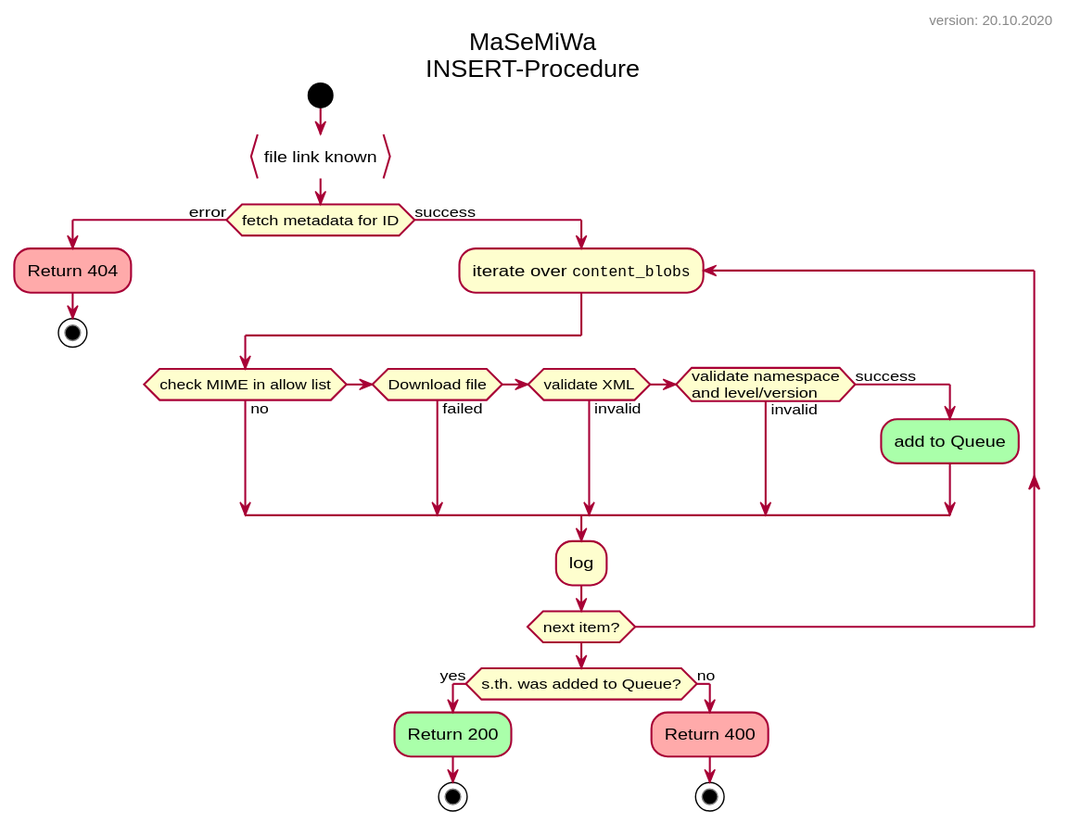
MaSyMoS/masymos-seek-middleware keeps this PlantUML diagram as dev/uml/activity_insert.svg. Above is the earlier version.
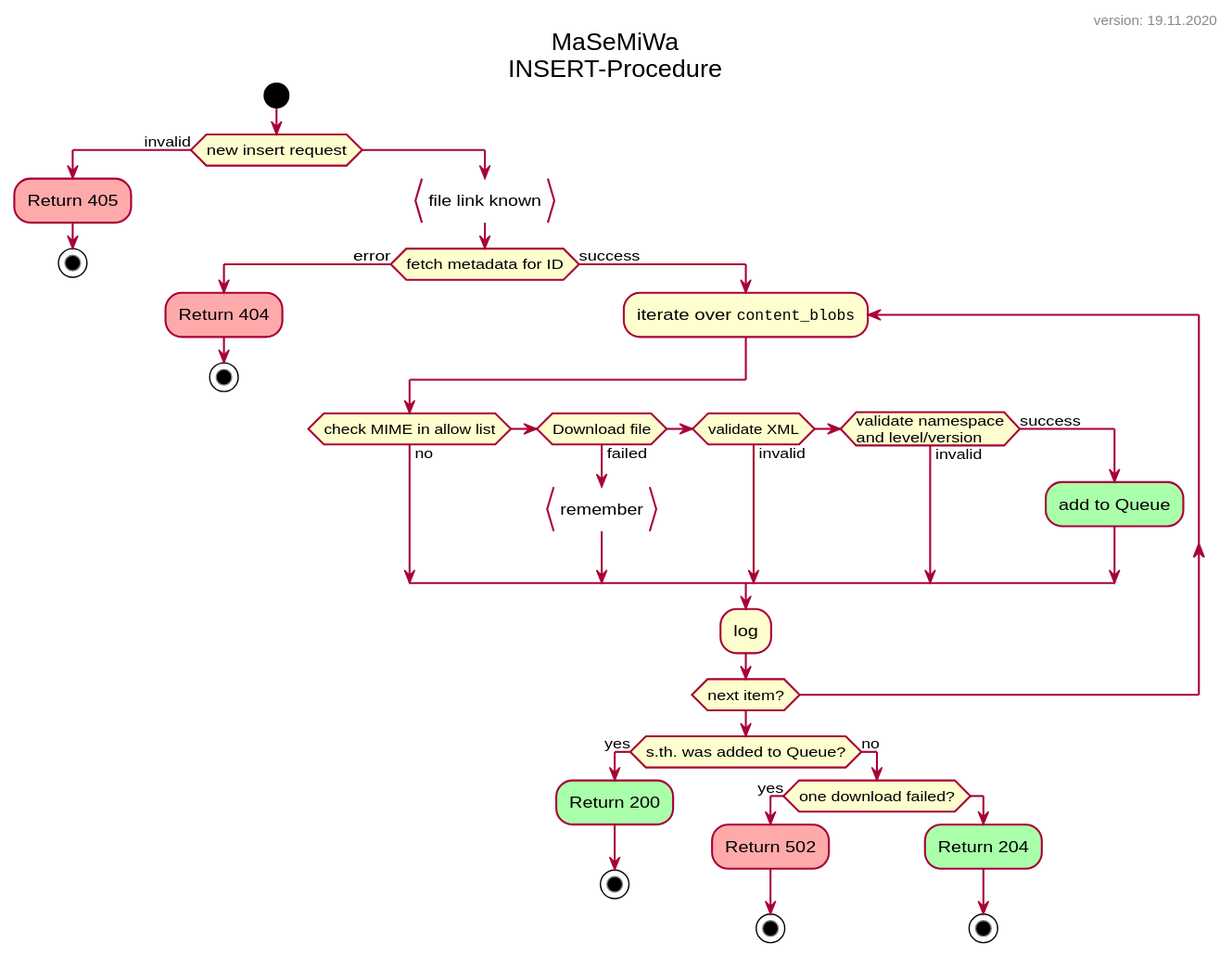
The same file after the commit.

Commit message:
docs: added usage page; updated activity/sequence UML

Diff of the diagram source:
```diff
@@ -20,35 +20,44 @@
 
 start
 
-info(file link known)
+if (new insert request) then (invalid)
+    stoperror(Return 405)
+else
 
-if (fetch metadata for ID) then (error)
-    stoperror(Return 404)
+    info(file link known)
 
-else (success)
-    repeat :iterate over ""content_blobs"";
-        if (check MIME in allow list) then (no)
-            file_failed()
-        elseif (Download file) then (failed)
-            file_failed()
-        elseif (validate XML) then (invalid)
-            file_failed()
-        elseif (validate namespace\nand level/version) then (invalid)
-            file_failed()
-        else (success)
-            #afa:add to Queue;
-        endif
+    if (fetch metadata for ID) then (error)
+        stoperror(Return 404)
 
-        :log;
+    else (success)
+        repeat :iterate over ""content_blobs"";
+            if (check MIME in allow list) then (no)
+                file_failed()
+            elseif (Download file) then (failed)
+                info(remember)
+                file_failed()
+            elseif (validate XML) then (invalid)
+                file_failed()
+            elseif (validate namespace\nand level/version) then (invalid)
+                file_failed()
+            else (success)
+                #afa:add to Queue;
+            endif
 
-    repeat while (next item?)
+            :log;
 
-    if (s.th. was added to Queue?) then (yes)
-        stopsuccess(Return 200)
-    else (no)
-        stoperror(Return 400)
+        repeat while (next item?)
 
+        if (s.th. was added to Queue?) then (yes)
+            stopsuccess(Return 200)
+        else (no)
+            if (one download failed?) then (yes)
+                stoperror(Return 502)
+            else
+                stopsuccess(Return 204)
+            endif
+
+    endif
 endif
 
-
 @enduml
```
